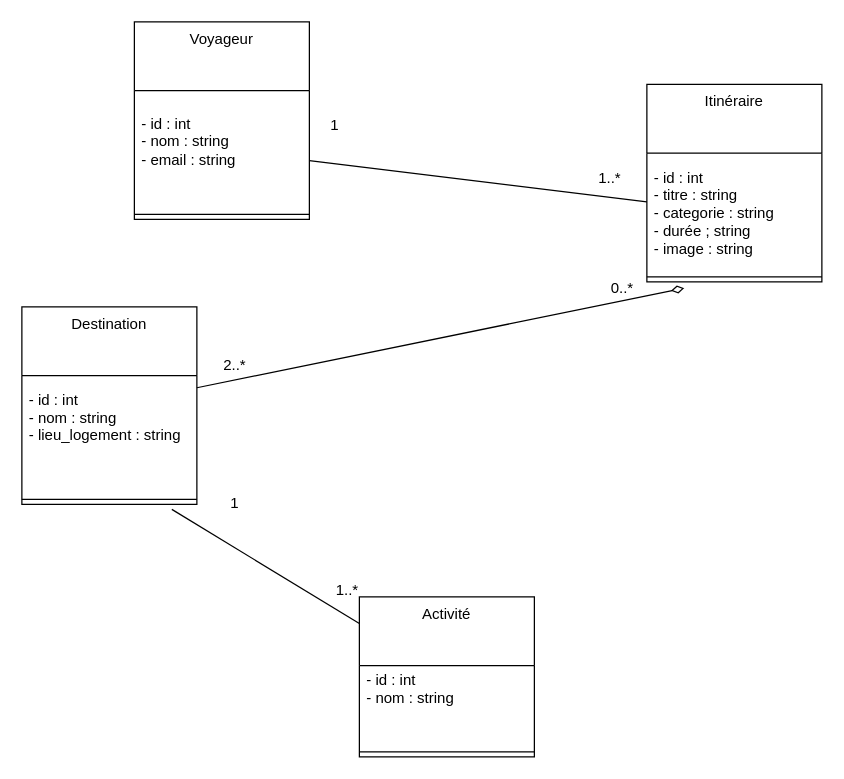
Before: UML/classDiagram.drawio in mo24ali/MarocExplore, a draw.io diagram. Source tidied: cells renumbered, new cells numbered last; positions are measured from the earlier drawing's top-left corner, leaving out a move shared by most shapes. Both pictures are drawn from the tidied source at 125%, with x=0, y=0 at pixel (21, 21).
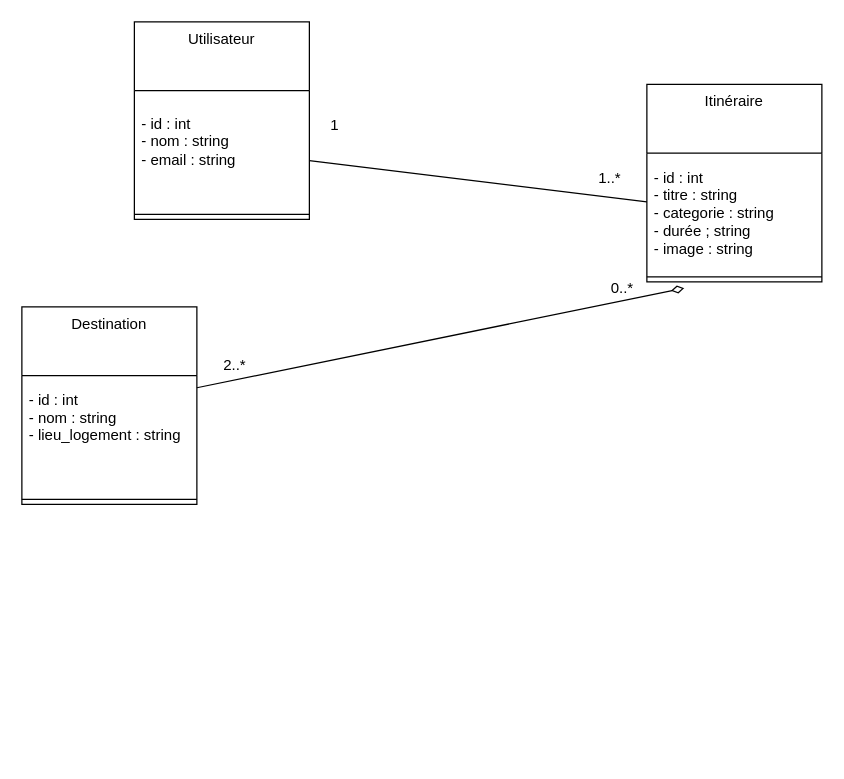
The same diagram, later.

The change refers to these unchanged cells:
```xml
<mxCell id="10" style="line;strokeWidth=1;fillColor=none;align=left;verticalAlign=middle;spacingTop=-1;spacingLeft=3;spacingRight=3;labelPosition=right;points=[];portConstraint=eastwest;" parent="8" vertex="1">
  <mxGeometry y="150" width="140" height="8" as="geometry" />
</mxCell>
```

Change to the diagram source:
```diff
@@
-    <mxCell id="2" value="Voyageur" style="swimlane;fontStyle=0;align=center;verticalAlign=top;horizontal=1;startSize=55;html=1;whiteSpace=wrap;" parent="1" vertex="1">
+    <mxCell id="2" value="Utilisateur" style="swimlane;fontStyle=0;align=center;verticalAlign=top;horizontal=1;startSize=55;html=1;whiteSpace=wrap;" parent="1" vertex="1">
       <mxGeometry x="90" width="140" height="158" as="geometry" />
     </mxCell>
@@
-    <mxCell id="15" value="Activité" style="swimlane;fontStyle=0;align=center;verticalAlign=top;horizontal=1;startSize=55;html=1;whiteSpace=wrap;" parent="1" vertex="1">
-      <mxGeometry x="270" y="460" width="140" height="128" as="geometry" />
-    </mxCell>
-    <mxCell id="16" value="- id : int&lt;div&gt;- nom : string&lt;/div&gt;&lt;div&gt;&lt;br&gt;&lt;/div&gt;&lt;div&gt;&lt;br&gt;&lt;/div&gt;" style="text;html=1;strokeColor=none;fillColor=none;align=left;verticalAlign=middle;spacingLeft=4;spacingRight=4;overflow=hidden;whiteSpace=wrap;" parent="15" vertex="1">
-      <mxGeometry y="55" width="140" height="65" as="geometry" />
-    </mxCell>
-    <mxCell id="17" style="line;strokeWidth=1;fillColor=none;align=left;verticalAlign=middle;spacingTop=-1;spacingLeft=3;spacingRight=3;labelPosition=right;" parent="15" vertex="1">
-      <mxGeometry y="120" width="140" height="8" as="geometry" />
-    </mxCell>
-    <mxCell id="18" style="edgeStyle=none;html=1;endArrow=none;verticalAlign=bottom;exitX=0.857;exitY=1.5;exitDx=0;exitDy=0;exitPerimeter=0;" parent="1" edge="1" source="10" target="15">
-      <mxGeometry relative="1" as="geometry" />
-    </mxCell>
-    <mxCell id="19" value="1..*" style="text;html=1;align=center;verticalAlign=middle;strokeColor=none;fillColor=none;" parent="1" vertex="1">
-      <mxGeometry x="240" y="440" width="40" height="30" as="geometry" />
-    </mxCell>
-    <mxCell id="20" value="1" style="text;html=1;align=center;verticalAlign=middle;strokeColor=none;fillColor=none;" parent="1" vertex="1">
-      <mxGeometry x="155" y="370" width="30" height="30" as="geometry" />
-    </mxCell>
```
